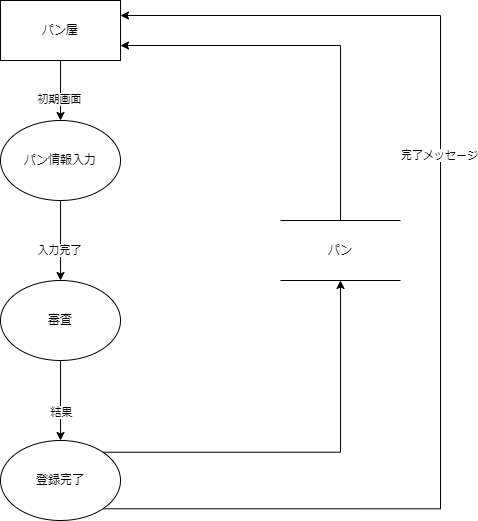
This is DFD/パン情報登録.drawio.png from Pyama1013/Sotsu.Gamen, a draw.io export, as it was before one commit. Source tidied: cells renumbered, new cells last; positions are measured from the earlier drawing's top-left corner, leaving out a move shared by most shapes.
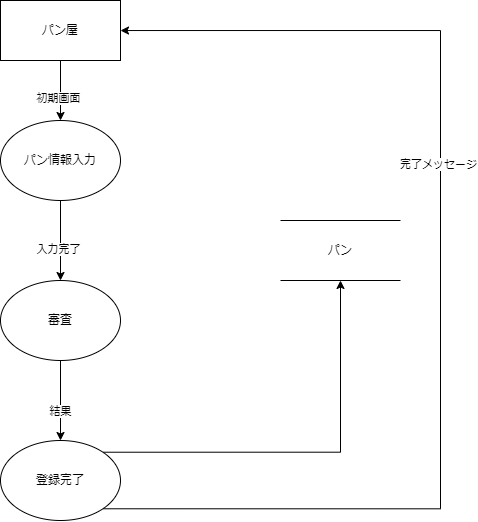
The same diagram one commit later.

Commit message:
Update パン情報登録.drawio.png

Diff of the diagram source:
```diff
@@ -37,11 +37,13 @@
     <mxCell id="11" style="edgeStyle=orthogonalEdgeStyle;rounded=0;jettySize=auto;html=1;exitX=1;exitY=0;exitDx=0;exitDy=0;entryX=0.5;entryY=1;entryDx=0;entryDy=0;" parent="1" edge="1" source="14" target="16">
       <mxGeometry relative="1" as="geometry" />
     </mxCell>
-    <mxCell id="12" style="edgeStyle=orthogonalEdgeStyle;rounded=0;jettySize=auto;html=1;exitX=1;exitY=1;exitDx=0;exitDy=0;entryX=1;entryY=0.25;entryDx=0;entryDy=0;" parent="1" edge="1" source="14" target="4">
+    <mxCell id="12" style="edgeStyle=orthogonalEdgeStyle;rounded=0;jettySize=auto;html=1;exitX=1;exitY=1;exitDx=0;exitDy=0;" parent="1" edge="1" source="14">
       <mxGeometry relative="1" as="geometry">
+        <mxPoint x="120" y="30" as="targetPoint" />
         <Array as="points">
           <mxPoint x="440" y="508" />
-          <mxPoint x="440" y="15" />
+          <mxPoint x="440" y="30" />
+          <mxPoint x="120" y="30" />
         </Array>
       </mxGeometry>
     </mxCell>
@@ -51,9 +53,6 @@
     <mxCell id="14" value="登録完了" style="ellipse;whiteSpace=wrap;html=1;" parent="1" vertex="1">
       <mxGeometry y="440" width="120" height="80" as="geometry" />
     </mxCell>
-    <mxCell id="15" style="edgeStyle=orthogonalEdgeStyle;rounded=0;jettySize=auto;html=1;exitX=0.5;exitY=0;exitDx=0;exitDy=0;entryX=1;entryY=0.75;entryDx=0;entryDy=0;" parent="1" edge="1" source="16" target="4">
-      <mxGeometry relative="1" as="geometry" />
-    </mxCell>
     <mxCell id="16" value="パン" style="shape=partialRectangle;whiteSpace=wrap;html=1;left=0;right=0;fillColor=none;" parent="1" vertex="1">
       <mxGeometry x="280" y="220" width="120" height="60" as="geometry" />
     </mxCell>
```
